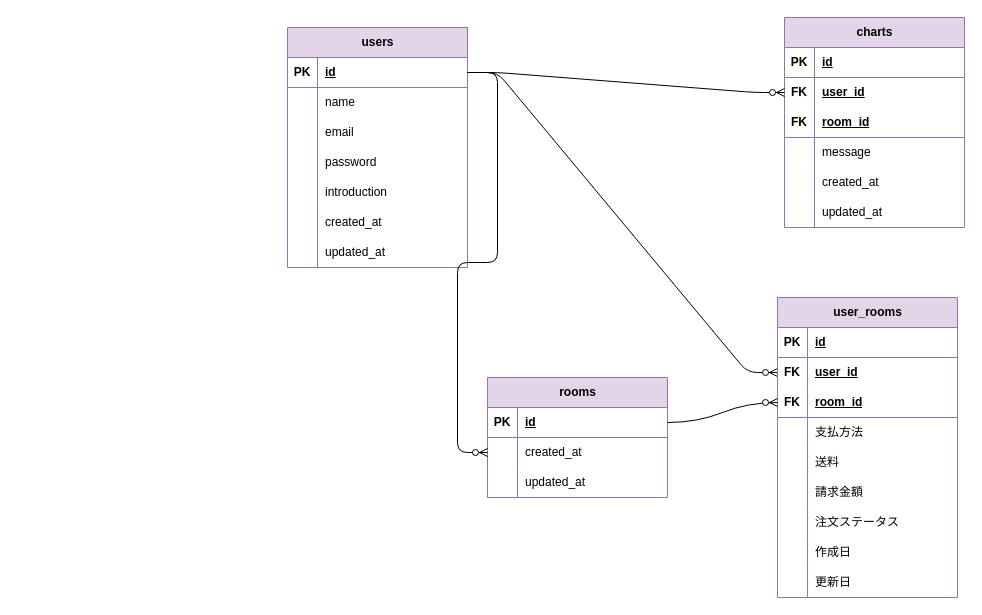
Earlier version of the draw.io diagram DM機能.drawio (Ganmo3/drawio). Source tidied: cells renumbered, new cells numbered last; positions are measured from the earlier drawing's top-left corner, leaving out a move shared by most shapes. Both pictures are drawn from the tidied source at 100%, with x=0, y=0 at pixel (17, 17).
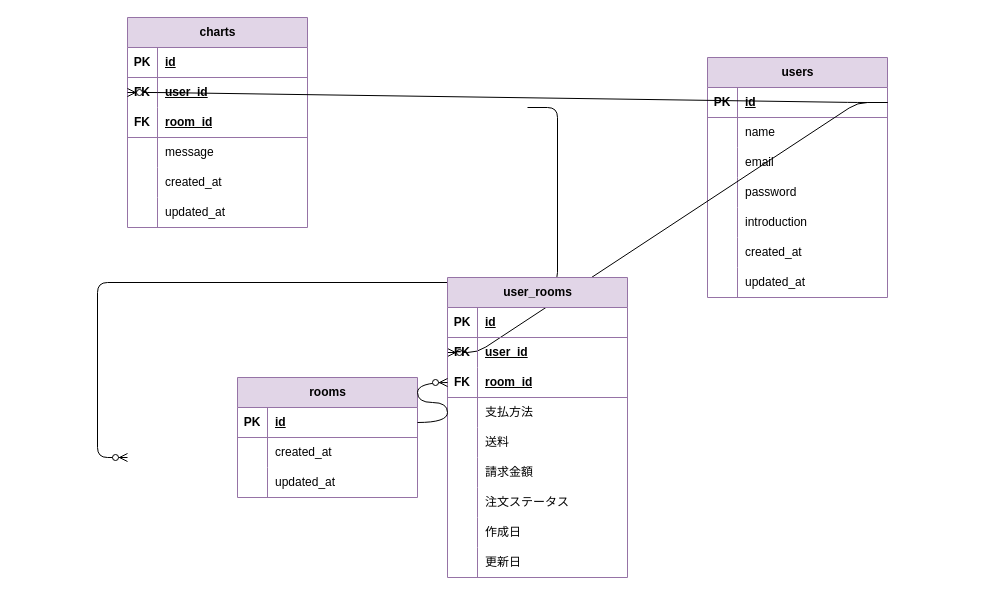
Above is the later version.

Commit message:
DM機能.drawio を更新します

The change refers to these unchanged cells:
```xml
<mxCell id="3" style="shape=tableRow;horizontal=0;startSize=0;swimlaneHead=0;swimlaneBody=0;fillColor=none;points=[[0,0.5],[1,0.5]];portConstraint=eastwest;top=0;left=0;right=0;bottom=1;strokeColor=#9673a6;fontFamily=Helvetica;fontSize=12;fontColor=default;html=1;" parent="2" vertex="1">
  <mxGeometry y="30" width="180" height="30" as="geometry" />
</mxCell>
```

Change to the diagram source:
```diff
@@
     <mxCell id="2" value="&lt;font color=&quot;#000000&quot;&gt;users&lt;/font&gt;" style="shape=table;startSize=30;childLayout=tableLayout;rowLines=0;fontStyle=1;align=center;html=1;strokeColor=#9673a6;fontFamily=Helvetica;fontSize=12;fontColor=default;fillColor=#e1d5e7;" parent="1" vertex="1">
-      <mxGeometry x="270" y="10" width="180" height="240" as="geometry" />
+      <mxGeometry x="690" y="40" width="180" height="240" as="geometry" />
     </mxCell>
@@
     <mxCell id="29" value="&lt;font color=&quot;#000000&quot;&gt;charts&lt;/font&gt;" style="shape=table;startSize=30;childLayout=tableLayout;rowLines=0;fontStyle=1;align=center;html=1;strokeColor=#9673a6;fontFamily=Helvetica;fontSize=12;fontColor=default;fillColor=#e1d5e7;" parent="1" vertex="1">
-      <mxGeometry x="767" width="180" height="210" as="geometry" />
+      <mxGeometry x="110" width="180" height="210" as="geometry" />
     </mxCell>
@@
     <mxCell id="49" value="&lt;font color=&quot;#000000&quot;&gt;rooms&lt;/font&gt;" style="shape=table;startSize=30;childLayout=tableLayout;rowLines=0;fontStyle=1;align=center;html=1;strokeColor=#9673a6;fontFamily=Helvetica;fontSize=12;fontColor=default;fillColor=#e1d5e7;" parent="1" vertex="1">
-      <mxGeometry x="470" y="360" width="180" height="120" as="geometry" />
+      <mxGeometry x="220" y="360" width="180" height="120" as="geometry" />
     </mxCell>
@@
-    <mxCell id="59" style="edgeStyle=entityRelationEdgeStyle;fontSize=12;html=1;endArrow=ERzeroToMany;endFill=1;fontFamily=Helvetica;fontColor=default;startSize=23;exitX=1;exitY=0.5;exitDx=0;exitDy=0;entryX=0;entryY=0.5;entryDx=0;entryDy=0;rounded=1;" parent="1" edge="1" source="3">
+    <mxCell id="59" style="edgeStyle=entityRelationEdgeStyle;fontSize=12;html=1;endArrow=ERzeroToMany;endFill=1;fontFamily=Helvetica;fontColor=default;startSize=23;exitX=1;exitY=0.5;exitDx=0;exitDy=0;entryX=0;entryY=0.5;entryDx=0;entryDy=0;rounded=1;" parent="1" edge="1">
       <mxGeometry relative="1" as="geometry">
-        <mxPoint x="470" y="435" as="targetPoint" />
+        <mxPoint x="510" y="90" as="sourcePoint" />
+        <mxPoint x="110" y="440" as="targetPoint" />
       </mxGeometry>
     </mxCell>
@@
     <mxCell id="62" value="&lt;font color=&quot;#000000&quot;&gt;user_rooms&lt;/font&gt;" style="shape=table;startSize=30;childLayout=tableLayout;rowLines=0;fontStyle=1;align=center;html=1;strokeColor=#9673a6;fontFamily=Helvetica;fontSize=12;fontColor=default;fillColor=#e1d5e7;" parent="1" vertex="1">
-      <mxGeometry x="760" y="280" width="180" height="300" as="geometry" />
+      <mxGeometry x="430" y="260" width="180" height="300" as="geometry" />
     </mxCell>
```
